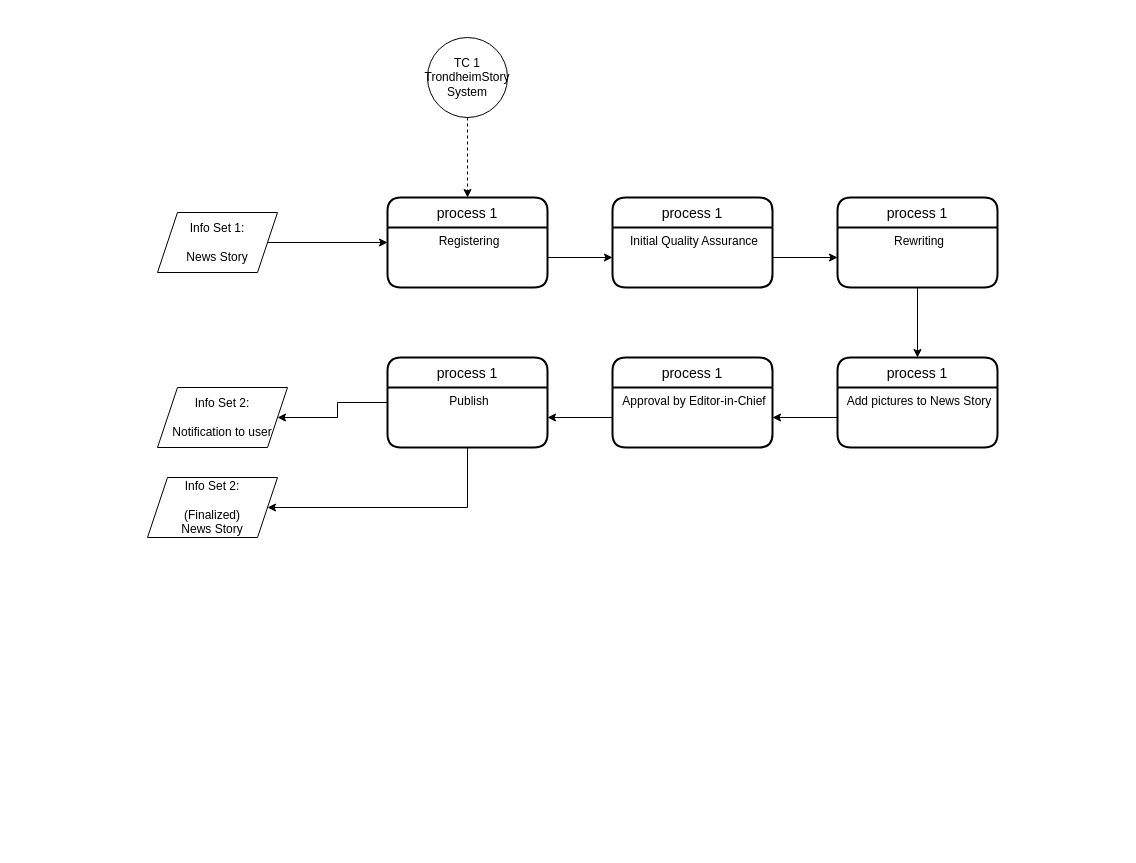
Before: TS_business_process_1.drawio in gullskatten/TS-models-4em-archi, a draw.io diagram. Source tidied: cells renumbered, new cells numbered last; positions are measured from the earlier drawing's top-left corner, leaving out a move shared by most shapes. Both pictures are drawn from the tidied source at 100%, with x=0, y=0 at pixel (147, 37).
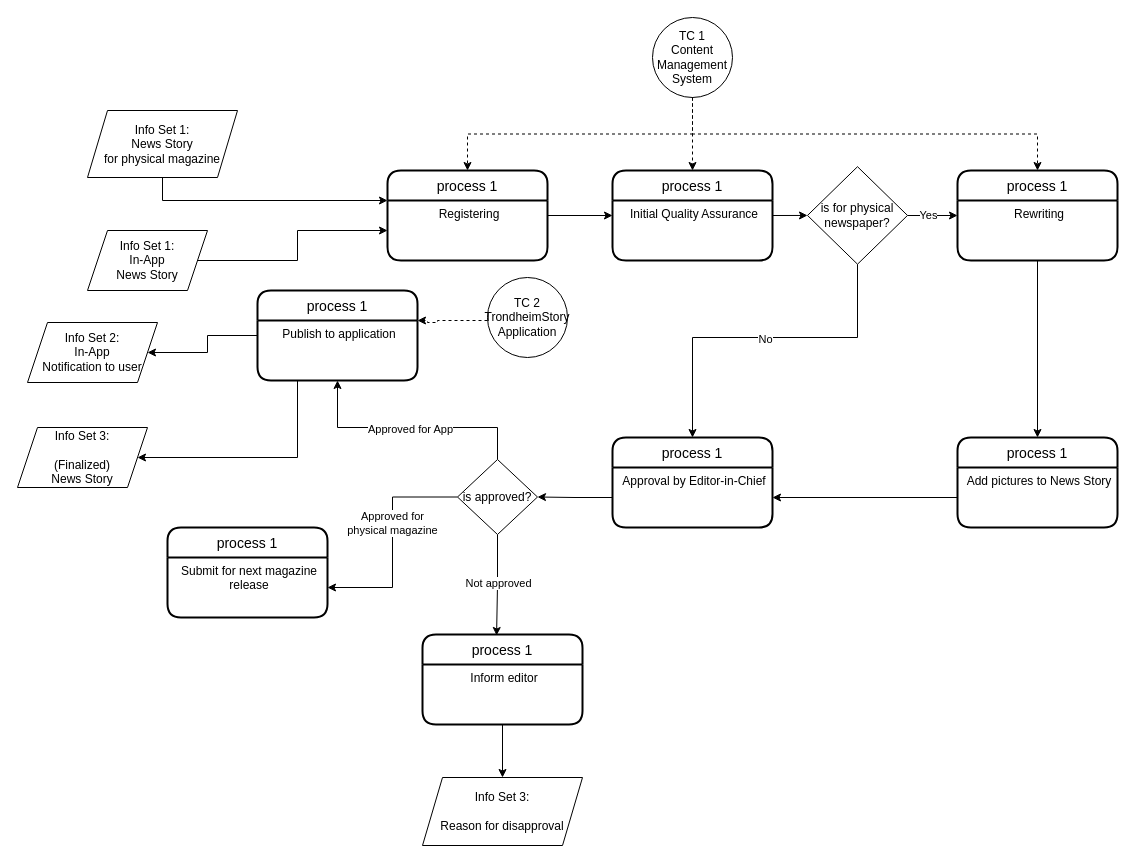
The same diagram, later.

Unchanged cells that the change refers to:
```xml
<mxCell id="14" value="Registering" style="align=center;strokeColor=none;fillColor=none;spacingLeft=4;fontSize=12;verticalAlign=top;" parent="13" vertex="1">
  <mxGeometry y="30" width="160" height="60" as="geometry" />
</mxCell>
<mxCell id="20" value="Rewriting" style="align=center;strokeColor=none;fillColor=none;spacingLeft=4;fontSize=12;verticalAlign=top;" parent="19" vertex="1">
  <mxGeometry y="30" width="160" height="60" as="geometry" />
</mxCell>
```

Change to the diagram source:
```diff
@@
-    <mxCell id="2" style="edgeStyle=orthogonalEdgeStyle;rounded=0;jettySize=auto;html=1;entryX=0;entryY=0.5;entryDx=0;entryDy=0;" parent="1" edge="1" source="3" target="13">
+    <mxCell id="2" style="edgeStyle=orthogonalEdgeStyle;rounded=0;jettySize=auto;html=1;entryX=0;entryY=0.5;entryDx=0;entryDy=0;" parent="1" edge="1" source="3" target="14">
       <mxGeometry relative="1" as="geometry" />
     </mxCell>
-    <mxCell id="3" value="Info Set 1:&lt;br&gt;&lt;br&gt;News Story" style="shape=parallelogram;perimeter=parallelogramPerimeter;whiteSpace=wrap;html=1;fixedSize=1;" parent="1" vertex="1">
-      <mxGeometry x="10" y="175" width="120" height="60" as="geometry" />
+    <mxCell id="3" value="Info Set 1:&lt;br&gt;In-App&lt;br&gt;News Story" style="shape=parallelogram;perimeter=parallelogramPerimeter;whiteSpace=wrap;html=1;fixedSize=1;" parent="1" vertex="1">
+      <mxGeometry x="-60" y="193" width="120" height="60" as="geometry" />
     </mxCell>
-    <mxCell id="4" value="Info Set 2:&lt;br&gt;&lt;br&gt;Notification to user" style="shape=parallelogram;perimeter=parallelogramPerimeter;whiteSpace=wrap;html=1;fixedSize=1;" parent="1" vertex="1">
-      <mxGeometry x="10" y="350" width="130" height="60" as="geometry" />
+    <mxCell id="4" value="Info Set 2:&lt;br&gt;In-App&lt;br&gt;Notification to user" style="shape=parallelogram;perimeter=parallelogramPerimeter;whiteSpace=wrap;html=1;fixedSize=1;" parent="1" vertex="1">
+      <mxGeometry x="-120" y="285" width="130" height="60" as="geometry" />
     </mxCell>
-    <mxCell id="5" value="Info Set 2:&lt;br&gt;&lt;br&gt;(Finalized)&lt;br&gt;News Story" style="shape=parallelogram;perimeter=parallelogramPerimeter;whiteSpace=wrap;html=1;fixedSize=1;" parent="1" vertex="1">
-      <mxGeometry y="440" width="130" height="60" as="geometry" />
+    <mxCell id="5" value="Info Set 3:&lt;br&gt;&lt;br&gt;(Finalized)&lt;br&gt;News Story" style="shape=parallelogram;perimeter=parallelogramPerimeter;whiteSpace=wrap;html=1;fixedSize=1;" parent="1" vertex="1">
+      <mxGeometry x="-130" y="390" width="130" height="60" as="geometry" />
     </mxCell>
-    <mxCell id="6" style="edgeStyle=orthogonalEdgeStyle;rounded=0;jettySize=auto;html=1;entryX=0;entryY=0.5;entryDx=0;entryDy=0;" parent="1" edge="1" source="14" target="17">
+    <mxCell id="6" style="edgeStyle=orthogonalEdgeStyle;rounded=0;jettySize=auto;html=1;entryX=0;entryY=0.25;entryDx=0;entryDy=0;exitX=1;exitY=0.25;exitDx=0;exitDy=0;" parent="1" edge="1" source="14" target="17">
       <mxGeometry relative="1" as="geometry" />
     </mxCell>
-    <mxCell id="7" style="edgeStyle=orthogonalEdgeStyle;rounded=0;jettySize=auto;html=1;entryX=0;entryY=0.5;entryDx=0;entryDy=0;" parent="1" edge="1" source="17" target="20">
-      <mxGeometry relative="1" as="geometry" />
-    </mxCell>
@@
-    <mxCell id="9" style="edgeStyle=orthogonalEdgeStyle;rounded=0;jettySize=auto;html=1;entryX=1;entryY=0.5;entryDx=0;entryDy=0;" parent="1" edge="1" source="29" target="5">
+    <mxCell id="9" style="edgeStyle=orthogonalEdgeStyle;rounded=0;jettySize=auto;html=1;entryX=1;entryY=0.5;entryDx=0;entryDy=0;exitX=0.25;exitY=1;exitDx=0;exitDy=0;" parent="1" edge="1" source="29" target="5">
       <mxGeometry relative="1" as="geometry">
         <Array as="points">
-          <mxPoint x="320" y="470" />
+          <mxPoint x="150" y="420" />
         </Array>
       </mxGeometry>
     </mxCell>
@@
-    <mxCell id="12" style="edgeStyle=orthogonalEdgeStyle;rounded=0;jettySize=auto;html=1;" parent="1" edge="1" source="26" target="29">
-      <mxGeometry relative="1" as="geometry" />
-    </mxCell>
+    <mxCell id="31" value="TC 1&lt;br&gt;Content Management&lt;br&gt;System" style="ellipse;whiteSpace=wrap;html=1;fillColor=#FFFFFF;" parent="1" vertex="1">
+      <mxGeometry x="505" y="-20" width="80" height="80" as="geometry" />
+    </mxCell>
+    <mxCell id="32" style="edgeStyle=orthogonalEdgeStyle;rounded=0;jettySize=auto;html=1;entryX=0.5;entryY=0;entryDx=0;entryDy=0;exitX=0.5;exitY=1;exitDx=0;exitDy=0;dashed=1;" parent="1" edge="1" source="31" target="13">
+      <mxGeometry relative="1" as="geometry" />
+    </mxCell>
+    <mxCell id="33" style="edgeStyle=orthogonalEdgeStyle;rounded=0;jettySize=auto;html=1;entryX=0.5;entryY=0;entryDx=0;entryDy=0;exitX=0.5;exitY=1;exitDx=0;exitDy=0;dashed=1;" parent="1" edge="1" source="31" target="19">
+      <mxGeometry relative="1" as="geometry" />
+    </mxCell>
+    <mxCell id="34" style="edgeStyle=orthogonalEdgeStyle;rounded=0;jettySize=auto;html=1;entryX=0.5;entryY=0;entryDx=0;entryDy=0;dashed=1;" parent="1" edge="1" target="16">
+      <mxGeometry relative="1" as="geometry">
+        <mxPoint x="545" y="60" as="sourcePoint" />
+        <Array as="points">
+          <mxPoint x="545" y="80" />
+          <mxPoint x="545" y="80" />
+        </Array>
+      </mxGeometry>
+    </mxCell>
+    <mxCell id="35" value="TC 2&lt;br&gt;TrondheimStory&lt;br&gt;Application" style="ellipse;whiteSpace=wrap;html=1;fillColor=#FFFFFF;" parent="1" vertex="1">
+      <mxGeometry x="340" y="240" width="80" height="80" as="geometry" />
+    </mxCell>
+    <mxCell id="36" style="edgeStyle=orthogonalEdgeStyle;rounded=0;orthogonalLoop=1;jettySize=auto;html=1;dashed=1;exitX=0;exitY=0.5;exitDx=0;exitDy=0;entryX=1;entryY=0.25;entryDx=0;entryDy=0;" parent="1" edge="1">
+      <mxGeometry relative="1" as="geometry">
+        <mxPoint x="340" y="283" as="sourcePoint" />
+        <mxPoint x="270" y="283" as="targetPoint" />
+        <Array as="points">
+          <mxPoint x="290" y="283" />
+          <mxPoint x="290" y="285" />
+          <mxPoint x="280" y="285" />
+          <mxPoint x="280" y="283" />
+        </Array>
+      </mxGeometry>
+    </mxCell>
+    <mxCell id="37" style="edgeStyle=orthogonalEdgeStyle;rounded=0;jettySize=auto;html=1;entryX=1;entryY=0.5;entryDx=0;entryDy=0;endArrow=classic;endFill=1;" parent="1" edge="1" source="43" target="46">
+      <mxGeometry relative="1" as="geometry" />
+    </mxCell>
+    <mxCell id="38" value="Approved for &lt;br&gt;physical magazine" style="edgeLabel;html=1;align=center;verticalAlign=middle;" parent="37" vertex="1">
+      <mxGeometry x="0.09" y="-1" relative="1" as="geometry">
+        <mxPoint y="-29" as="offset" />
+      </mxGeometry>
+    </mxCell>
+    <mxCell id="39" style="edgeStyle=orthogonalEdgeStyle;rounded=0;jettySize=auto;html=1;entryX=0.5;entryY=1;entryDx=0;entryDy=0;endArrow=classic;endFill=1;exitX=0.5;exitY=0;exitDx=0;exitDy=0;" parent="1" edge="1" source="43" target="29">
+      <mxGeometry relative="1" as="geometry">
+        <Array as="points">
+          <mxPoint x="350" y="390" />
+          <mxPoint x="190" y="390" />
+        </Array>
+      </mxGeometry>
+    </mxCell>
+    <mxCell id="40" value="Approved for App" style="edgeLabel;html=1;align=center;verticalAlign=middle;" parent="39" vertex="1">
+      <mxGeometry y="1" relative="1" as="geometry" />
+    </mxCell>
+    <mxCell id="41" style="edgeStyle=orthogonalEdgeStyle;rounded=0;jettySize=auto;html=1;endArrow=classic;endFill=1;entryX=0.463;entryY=0.011;entryDx=0;entryDy=0;entryPerimeter=0;" parent="1" edge="1" source="43" target="49">
+      <mxGeometry relative="1" as="geometry" />
+    </mxCell>
+    <mxCell id="42" value="Not approved" style="edgeLabel;html=1;align=center;verticalAlign=middle;" parent="41" vertex="1">
+      <mxGeometry x="-0.05" relative="1" as="geometry" />
+    </mxCell>
+    <mxCell id="43" value="is approved?" style="rhombus;whiteSpace=wrap;html=1;fillColor=#FFFFFF;" parent="1" vertex="1">
+      <mxGeometry x="310" y="422" width="80" height="75" as="geometry" />
+    </mxCell>
+    <mxCell id="44" style="edgeStyle=orthogonalEdgeStyle;rounded=0;jettySize=auto;html=1;endArrow=classic;endFill=1;" parent="1" edge="1" source="26" target="43">
+      <mxGeometry relative="1" as="geometry" />
+    </mxCell>
+    <mxCell id="25" value="process 1" style="swimlane;horizontal=1;startSize=30;rounded=1;fontSize=14;fontStyle=0;strokeWidth=2;shadow=0;dashed=0;align=center;" parent="1" vertex="1">
+      <mxGeometry x="465" y="400" width="160" height="90" as="geometry" />
+    </mxCell>
+    <mxCell id="26" value="Approval by Editor-in-Chief" style="align=center;strokeColor=none;fillColor=none;spacingLeft=4;fontSize=12;verticalAlign=top;" parent="25" vertex="1">
+      <mxGeometry y="30" width="160" height="60" as="geometry" />
+    </mxCell>
+    <mxCell id="27" style="edgeStyle=orthogonalEdgeStyle;rounded=0;orthogonalLoop=1;jettySize=auto;html=1;exitX=0.5;exitY=1;exitDx=0;exitDy=0;" parent="25" edge="1" source="26" target="26">
+      <mxGeometry relative="1" as="geometry" />
+    </mxCell>
+    <mxCell id="28" value="process 1" style="swimlane;horizontal=1;startSize=30;rounded=1;fontSize=14;fontStyle=0;strokeWidth=2;shadow=0;dashed=0;align=center;" parent="1" vertex="1">
+      <mxGeometry x="110" y="253" width="160" height="90" as="geometry" />
+    </mxCell>
+    <mxCell id="29" value="Publish to application" style="align=center;strokeColor=none;fillColor=none;spacingLeft=4;fontSize=12;verticalAlign=top;" parent="28" vertex="1">
+      <mxGeometry y="30" width="160" height="60" as="geometry" />
+    </mxCell>
+    <mxCell id="30" style="edgeStyle=orthogonalEdgeStyle;rounded=0;orthogonalLoop=1;jettySize=auto;html=1;exitX=0.5;exitY=1;exitDx=0;exitDy=0;" parent="28" edge="1">
+      <mxGeometry relative="1" as="geometry">
+        <mxPoint x="-50" y="190" as="sourcePoint" />
+        <mxPoint x="-50" y="190" as="targetPoint" />
+      </mxGeometry>
+    </mxCell>
+    <mxCell id="45" value="process 1" style="swimlane;horizontal=1;startSize=30;rounded=1;fontSize=14;fontStyle=0;strokeWidth=2;shadow=0;dashed=0;align=center;" parent="1" vertex="1">
+      <mxGeometry x="20" y="490" width="160" height="90" as="geometry" />
+    </mxCell>
+    <mxCell id="46" value="Submit for next magazine &#10;release" style="align=center;strokeColor=none;fillColor=none;spacingLeft=4;fontSize=12;verticalAlign=top;" parent="45" vertex="1">
+      <mxGeometry y="30" width="160" height="60" as="geometry" />
+    </mxCell>
+    <mxCell id="47" style="edgeStyle=orthogonalEdgeStyle;rounded=0;orthogonalLoop=1;jettySize=auto;html=1;exitX=0.5;exitY=1;exitDx=0;exitDy=0;" parent="45" edge="1">
+      <mxGeometry relative="1" as="geometry">
+        <mxPoint x="-50" y="190" as="sourcePoint" />
+        <mxPoint x="-50" y="190" as="targetPoint" />
+      </mxGeometry>
+    </mxCell>
+    <mxCell id="48" value="Info Set 3:&lt;br&gt;&lt;br&gt;Reason for disapproval" style="shape=parallelogram;perimeter=parallelogramPerimeter;whiteSpace=wrap;html=1;fixedSize=1;" parent="1" vertex="1">
+      <mxGeometry x="275" y="740" width="160" height="68" as="geometry" />
+    </mxCell>
+    <mxCell id="49" value="process 1" style="swimlane;horizontal=1;startSize=30;rounded=1;fontSize=14;fontStyle=0;strokeWidth=2;shadow=0;dashed=0;align=center;" parent="1" vertex="1">
+      <mxGeometry x="275" y="597" width="160" height="90" as="geometry" />
+    </mxCell>
+    <mxCell id="50" value="Inform editor" style="align=center;strokeColor=none;fillColor=none;spacingLeft=4;fontSize=12;verticalAlign=top;" parent="49" vertex="1">
+      <mxGeometry y="30" width="160" height="60" as="geometry" />
+    </mxCell>
+    <mxCell id="51" style="edgeStyle=orthogonalEdgeStyle;rounded=0;orthogonalLoop=1;jettySize=auto;html=1;exitX=0.5;exitY=1;exitDx=0;exitDy=0;" parent="49" edge="1">
+      <mxGeometry relative="1" as="geometry">
+        <mxPoint x="-50" y="190" as="sourcePoint" />
+        <mxPoint x="-50" y="190" as="targetPoint" />
+      </mxGeometry>
+    </mxCell>
+    <mxCell id="52" style="edgeStyle=orthogonalEdgeStyle;rounded=0;jettySize=auto;html=1;entryX=0;entryY=0.5;entryDx=0;entryDy=0;endArrow=classic;endFill=1;" parent="1" edge="1" source="56" target="19">
+      <mxGeometry relative="1" as="geometry" />
+    </mxCell>
+    <mxCell id="53" value="Yes" style="edgeLabel;html=1;align=center;verticalAlign=middle;" parent="52" vertex="1">
+      <mxGeometry y="4" relative="1" as="geometry">
+        <mxPoint x="-4" y="3" as="offset" />
+      </mxGeometry>
+    </mxCell>
+    <mxCell id="54" style="edgeStyle=orthogonalEdgeStyle;rounded=0;jettySize=auto;html=1;entryX=0.5;entryY=0;entryDx=0;entryDy=0;endArrow=classic;endFill=1;" parent="1" edge="1" source="56" target="25">
+      <mxGeometry relative="1" as="geometry">
+        <Array as="points">
+          <mxPoint x="710" y="300" />
+          <mxPoint x="545" y="300" />
+        </Array>
+      </mxGeometry>
+    </mxCell>
+    <mxCell id="55" value="No" style="edgeLabel;html=1;align=center;verticalAlign=middle;" parent="54" vertex="1">
+      <mxGeometry x="-0.02" y="1" relative="1" as="geometry" />
+    </mxCell>
+    <mxCell id="56" value="is for physical newspaper?" style="rhombus;whiteSpace=wrap;html=1;fillColor=#FFFFFF;" parent="1" vertex="1">
+      <mxGeometry x="660" y="129.2" width="100" height="97.5" as="geometry" />
+    </mxCell>
+    <mxCell id="57" style="edgeStyle=orthogonalEdgeStyle;rounded=0;jettySize=auto;html=1;entryX=0;entryY=0.5;entryDx=0;entryDy=0;endArrow=classic;endFill=1;exitX=1;exitY=0.25;exitDx=0;exitDy=0;" parent="1" edge="1" source="17" target="56">
+      <mxGeometry relative="1" as="geometry" />
+    </mxCell>
+    <mxCell id="16" value="process 1" style="swimlane;horizontal=1;startSize=30;rounded=1;fontSize=14;fontStyle=0;strokeWidth=2;shadow=0;dashed=0;align=center;" parent="1" vertex="1">
+      <mxGeometry x="465" y="133" width="160" height="90" as="geometry" />
+    </mxCell>
+    <mxCell id="17" value="Initial Quality Assurance" style="align=center;strokeColor=none;fillColor=none;spacingLeft=4;fontSize=12;verticalAlign=top;" parent="16" vertex="1">
+      <mxGeometry y="30" width="160" height="60" as="geometry" />
+    </mxCell>
+    <mxCell id="18" style="edgeStyle=orthogonalEdgeStyle;rounded=0;orthogonalLoop=1;jettySize=auto;html=1;exitX=0.5;exitY=1;exitDx=0;exitDy=0;" parent="16" edge="1" source="17" target="17">
+      <mxGeometry relative="1" as="geometry" />
+    </mxCell>
     <mxCell id="13" value="process 1" style="swimlane;horizontal=1;startSize=30;rounded=1;fontSize=14;fontStyle=0;strokeWidth=2;shadow=0;dashed=0;align=center;fillColor=#FFFFFF;" parent="1" vertex="1">
-      <mxGeometry x="240" y="160" width="160" height="90" as="geometry" />
+      <mxGeometry x="240" y="133" width="160" height="90" as="geometry" />
     </mxCell>
@@
-    <mxCell id="16" value="process 1" style="swimlane;horizontal=1;startSize=30;rounded=1;fontSize=14;fontStyle=0;strokeWidth=2;shadow=0;dashed=0;align=center;" parent="1" vertex="1">
-      <mxGeometry x="465" y="160" width="160" height="90" as="geometry" />
-    </mxCell>
-    <mxCell id="17" value="Initial Quality Assurance" style="align=center;strokeColor=none;fillColor=none;spacingLeft=4;fontSize=12;verticalAlign=top;" parent="16" vertex="1">
-      <mxGeometry y="30" width="160" height="60" as="geometry" />
-    </mxCell>
-    <mxCell id="18" style="edgeStyle=orthogonalEdgeStyle;rounded=0;orthogonalLoop=1;jettySize=auto;html=1;exitX=0.5;exitY=1;exitDx=0;exitDy=0;" parent="16" edge="1" source="17" target="17">
-      <mxGeometry relative="1" as="geometry" />
-    </mxCell>
+    <mxCell id="58" style="edgeStyle=orthogonalEdgeStyle;rounded=0;jettySize=auto;html=1;entryX=0;entryY=0;entryDx=0;entryDy=0;endArrow=classic;endFill=1;" parent="1" edge="1" source="59" target="14">
+      <mxGeometry relative="1" as="geometry">
+        <Array as="points">
+          <mxPoint x="15" y="163" />
+        </Array>
+      </mxGeometry>
+    </mxCell>
+    <mxCell id="59" value="Info Set 1:&lt;br&gt;News Story&lt;br&gt;for physical magazine" style="shape=parallelogram;perimeter=parallelogramPerimeter;whiteSpace=wrap;html=1;fixedSize=1;" parent="1" vertex="1">
+      <mxGeometry x="-60" y="73" width="150" height="67" as="geometry" />
+    </mxCell>
     <mxCell id="19" value="process 1" style="swimlane;horizontal=1;startSize=30;rounded=1;fontSize=14;fontStyle=0;strokeWidth=2;shadow=0;dashed=0;align=center;" parent="1" vertex="1">
-      <mxGeometry x="690" y="160" width="160" height="90" as="geometry" />
+      <mxGeometry x="810" y="133" width="160" height="90" as="geometry" />
     </mxCell>
@@
     <mxCell id="22" value="process 1" style="swimlane;horizontal=1;startSize=30;rounded=1;fontSize=14;fontStyle=0;strokeWidth=2;shadow=0;dashed=0;align=center;" parent="1" vertex="1">
-      <mxGeometry x="690" y="320" width="160" height="90" as="geometry" />
+      <mxGeometry x="810" y="400" width="160" height="90" as="geometry" />
     </mxCell>
@@
-    <mxCell id="25" value="process 1" style="swimlane;horizontal=1;startSize=30;rounded=1;fontSize=14;fontStyle=0;strokeWidth=2;shadow=0;dashed=0;align=center;" parent="1" vertex="1">
-      <mxGeometry x="465" y="320" width="160" height="90" as="geometry" />
-    </mxCell>
-    <mxCell id="26" value="Approval by Editor-in-Chief" style="align=center;strokeColor=none;fillColor=none;spacingLeft=4;fontSize=12;verticalAlign=top;" parent="25" vertex="1">
-      <mxGeometry y="30" width="160" height="60" as="geometry" />
-    </mxCell>
-    <mxCell id="27" style="edgeStyle=orthogonalEdgeStyle;rounded=0;orthogonalLoop=1;jettySize=auto;html=1;exitX=0.5;exitY=1;exitDx=0;exitDy=0;" parent="25" edge="1" source="26" target="26">
-      <mxGeometry relative="1" as="geometry" />
-    </mxCell>
-    <mxCell id="28" value="process 1" style="swimlane;horizontal=1;startSize=30;rounded=1;fontSize=14;fontStyle=0;strokeWidth=2;shadow=0;dashed=0;align=center;" parent="1" vertex="1">
-      <mxGeometry x="240" y="320" width="160" height="90" as="geometry" />
-    </mxCell>
-    <mxCell id="29" value="Publish" style="align=center;strokeColor=none;fillColor=none;spacingLeft=4;fontSize=12;verticalAlign=top;" parent="28" vertex="1">
-      <mxGeometry y="30" width="160" height="60" as="geometry" />
-    </mxCell>
-    <mxCell id="30" style="edgeStyle=orthogonalEdgeStyle;rounded=0;orthogonalLoop=1;jettySize=auto;html=1;exitX=0.5;exitY=1;exitDx=0;exitDy=0;" parent="28" edge="1" source="29" target="29">
-      <mxGeometry relative="1" as="geometry" />
-    </mxCell>
-    <mxCell id="31" value="TC 1&lt;br&gt;TrondheimStory&lt;br&gt;System" style="ellipse;whiteSpace=wrap;html=1;fillColor=#FFFFFF;" parent="1" vertex="1">
-      <mxGeometry x="280" width="80" height="80" as="geometry" />
-    </mxCell>
-    <mxCell id="32" style="edgeStyle=orthogonalEdgeStyle;rounded=0;jettySize=auto;html=1;entryX=0.5;entryY=0;entryDx=0;entryDy=0;exitX=0.5;exitY=1;exitDx=0;exitDy=0;dashed=1;" parent="1" edge="1" source="31" target="13">
-      <mxGeometry relative="1" as="geometry" />
-    </mxCell>
+    <mxCell id="60" style="edgeStyle=orthogonalEdgeStyle;rounded=0;jettySize=auto;html=1;entryX=0.5;entryY=0;entryDx=0;entryDy=0;endArrow=classic;endFill=1;" parent="1" edge="1" source="50" target="48">
+      <mxGeometry relative="1" as="geometry" />
+    </mxCell>
```
